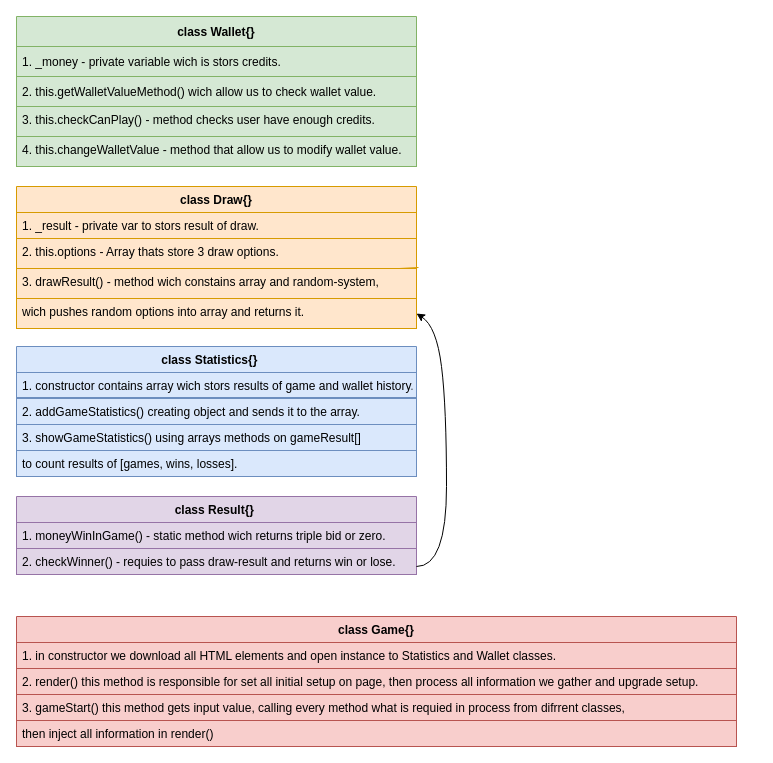
Earlier version of the draw.io diagram Untitled Diagram.drawio (NoxaGen/one-handed-bandit). Source tidied: cells renumbered, new cells numbered last; positions are measured from the earlier drawing's top-left corner, leaving out a move shared by most shapes. Both pictures are drawn from the tidied source at 100%, with x=0, y=0 at pixel (16, 16).
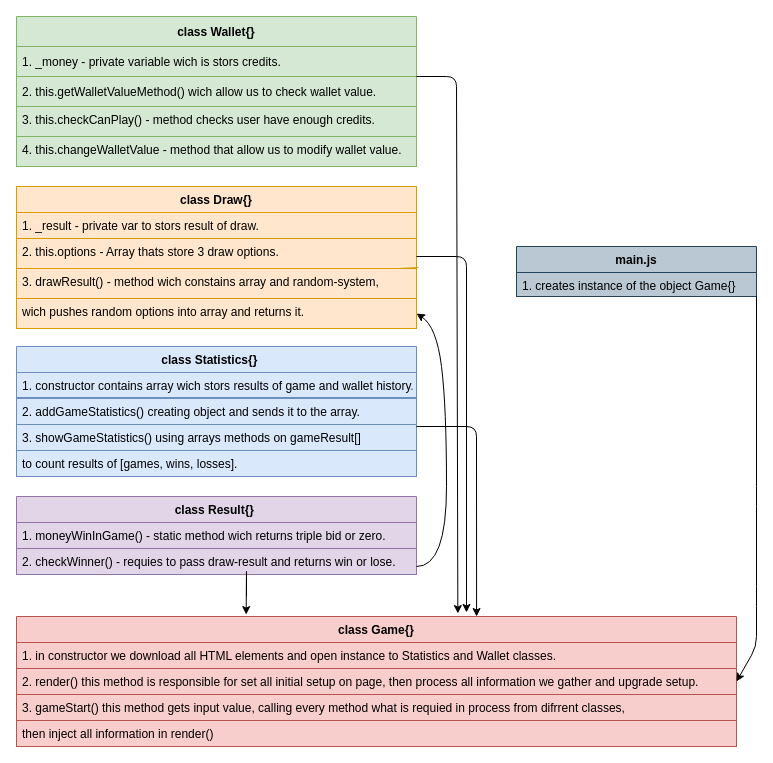
The same diagram, later.

Commit message:
finished my diagram

Unchanged cells that the change refers to:
```xml
<mxCell id="23" value="class Game{}" style="swimlane;fontStyle=1;align=center;verticalAlign=top;horizontal=1;startSize=26;rounded=0;sketch=0;fontSize=12;fillColor=#f8cecc;strokeColor=#b85450;" parent="1" vertex="1">
  <mxGeometry y="600" width="720" height="130" as="geometry" />
</mxCell>
```

What changed in the source:
```diff
@@
+    <mxCell id="28" value="main.js" style="swimlane;fontStyle=1;align=center;verticalAlign=top;horizontal=1;startSize=26;rounded=0;sketch=0;fontSize=12;fillColor=#bac8d3;strokeColor=#23445d;" parent="1" vertex="1">
+      <mxGeometry x="500" y="230" width="240" height="50" as="geometry" />
+    </mxCell>
+    <mxCell id="29" value="1. creates instance of the object Game{}" style="text;strokeColor=#23445d;fillColor=#bac8d3;align=left;verticalAlign=top;spacingLeft=4;spacingRight=4;overflow=hidden;rounded=0;sketch=0;fontSize=12;" parent="28" vertex="1">
+      <mxGeometry y="26" width="240" height="24" as="geometry" />
+    </mxCell>
+    <mxCell id="30" style="endArrow=classic;html=1;rounded=1;sketch=0;fontSize=12;curved=0;exitX=1;exitY=1;exitDx=0;exitDy=0;entryX=1;entryY=0.5;entryDx=0;entryDy=0;" parent="1" edge="1" source="28" target="23">
+      <mxGeometry relative="1" as="geometry">
+        <Array as="points">
+          <mxPoint x="740" y="480" />
+          <mxPoint x="740" y="580" />
+          <mxPoint x="740" y="630" />
+        </Array>
+      </mxGeometry>
+    </mxCell>
+    <mxCell id="31" style="endArrow=classic;html=1;rounded=1;sketch=0;fontSize=12;curved=0;entryX=0.613;entryY=-0.023;entryDx=0;entryDy=0;entryPerimeter=0;" parent="1" edge="1" target="23">
+      <mxGeometry relative="1" as="geometry">
+        <mxPoint x="400" y="60" as="sourcePoint" />
+        <Array as="points">
+          <mxPoint x="440" y="60" />
+        </Array>
+      </mxGeometry>
+    </mxCell>
+    <mxCell id="32" style="endArrow=classic;html=1;rounded=1;sketch=0;fontSize=12;curved=0;entryX=0.625;entryY=-0.031;entryDx=0;entryDy=0;entryPerimeter=0;" parent="1" edge="1" target="23">
+      <mxGeometry relative="1" as="geometry">
+        <mxPoint x="400" y="240" as="sourcePoint" />
+        <Array as="points">
+          <mxPoint x="450" y="240" />
+        </Array>
+      </mxGeometry>
+    </mxCell>
+    <mxCell id="33" style="endArrow=classic;html=1;rounded=1;sketch=0;fontSize=12;curved=0;entryX=0.639;entryY=0;entryDx=0;entryDy=0;entryPerimeter=0;" parent="1" edge="1" target="23">
+      <mxGeometry relative="1" as="geometry">
+        <mxPoint x="400" y="410" as="sourcePoint" />
+        <Array as="points">
+          <mxPoint x="460" y="410" />
+        </Array>
+      </mxGeometry>
+    </mxCell>
+    <mxCell id="34" style="endArrow=classic;html=1;rounded=1;sketch=0;fontSize=12;curved=0;entryX=0.319;entryY=-0.015;entryDx=0;entryDy=0;entryPerimeter=0;" parent="1" edge="1" target="23">
+      <mxGeometry relative="1" as="geometry">
+        <mxPoint x="230" y="580" as="sourcePoint" />
+        <Array as="points">
+          <mxPoint x="230" y="550" />
+        </Array>
+      </mxGeometry>
+    </mxCell>
```
